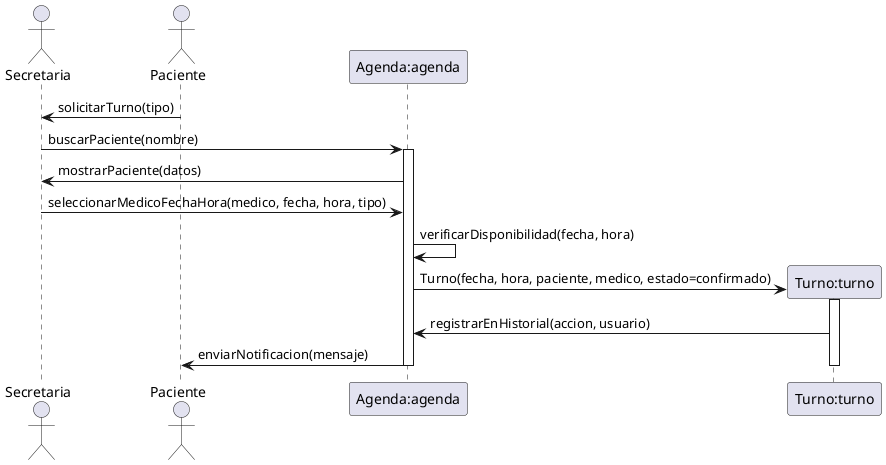
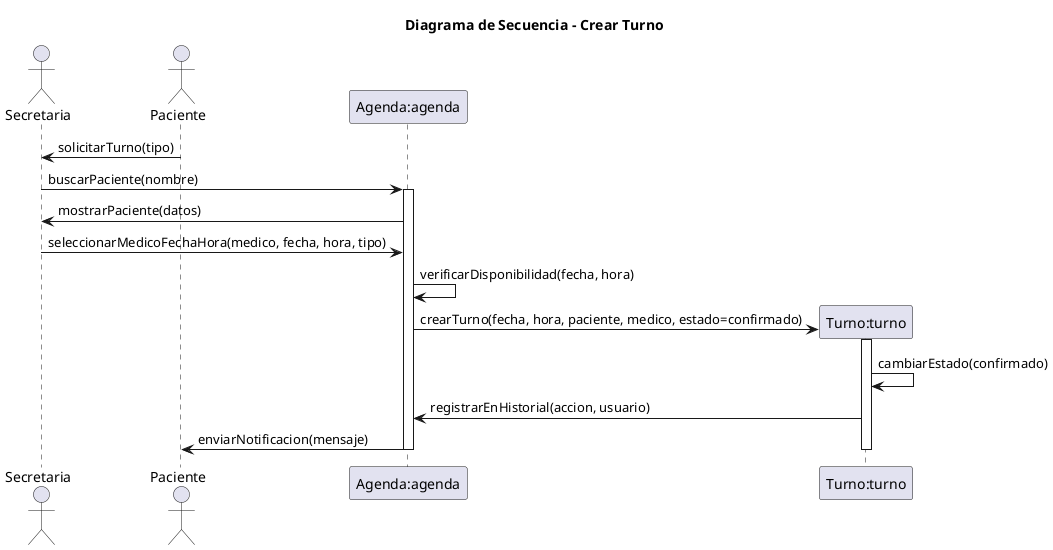
- @startuml Diagrama de Secuencia - Crear Turno
+ @startuml
+ title Diagrama de Secuencia - Crear Turno
' Nombre del escenario: Crear Turno - Flujo Principal
' Archivo: diagramas/03-escenarios-casos-de-uso/03-crear-turno-flujo-principal.md
' Objetivo: Representar la creación exitosa de un turno de control médico, involucrando secretaria, paciente y sistema, basado en responsabilidades de CRC (Secretaria gestiona turnos, Agenda registra disponibilidad, Turno asigna a paciente y médico).

actor Secretaria as victoria
actor Paciente as juan
participant "Agenda:agenda" as agenda
participant "Turno:turno" as turno

juan -> victoria: solicitarTurno(tipo)

victoria -> agenda: buscarPaciente(nombre)
activate agenda

agenda -> victoria: mostrarPaciente(datos)
victoria -> agenda: seleccionarMedicoFechaHora(medico, fecha, hora, tipo)

agenda -> agenda: verificarDisponibilidad(fecha, hora)

create turno
- agenda -> turno: Turno(fecha, hora, paciente, medico, estado=confirmado)
+ agenda -> turno: crearTurno(fecha, hora, paciente, medico, estado=confirmado)
activate turno

+ turno -> turno: cambiarEstado(confirmado)
turno -> agenda: registrarEnHistorial(accion, usuario)

agenda -> juan: enviarNotificacion(mensaje)

deactivate turno
deactivate agenda
@enduml